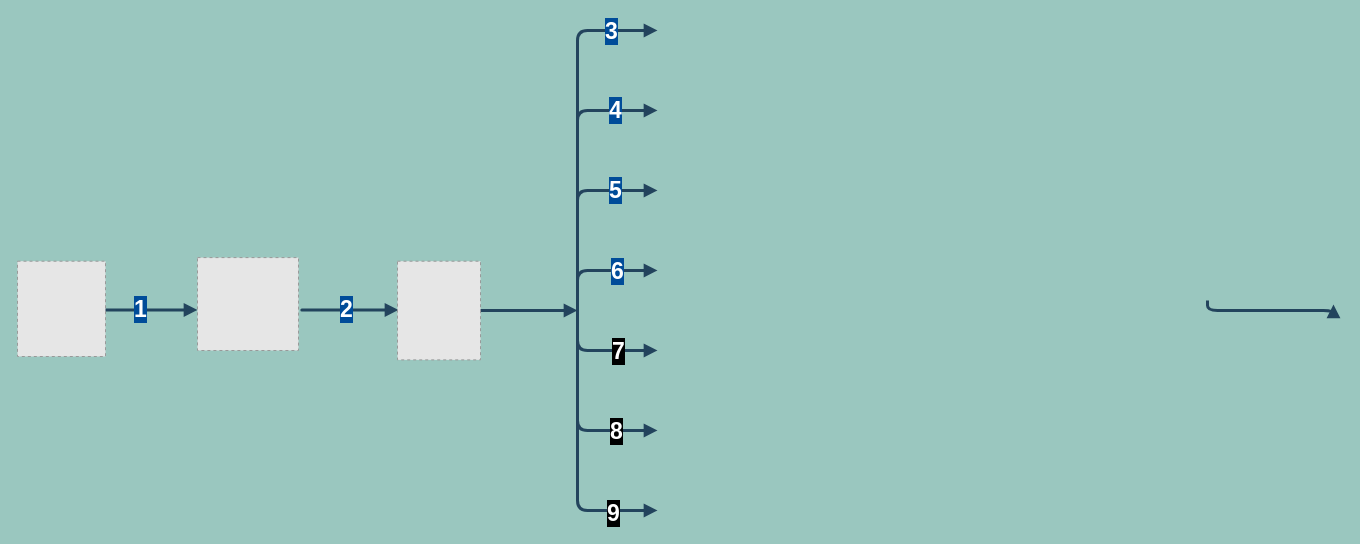
The draw.io diagram page "Page-7" (7 of 7) of Untitled Diagram.drawio in abersh/Devops_Engineer, before the edit. Source tidied: cells renumbered, new cells numbered last; positions are measured from the earlier drawing's top-left corner, leaving out a move shared by most shapes. Both pictures are drawn from the tidied source at 100%, with x=0, y=0 at pixel (-133, 30). Pictures stored in the file or linked from it are replaced by grey dashed boxes.
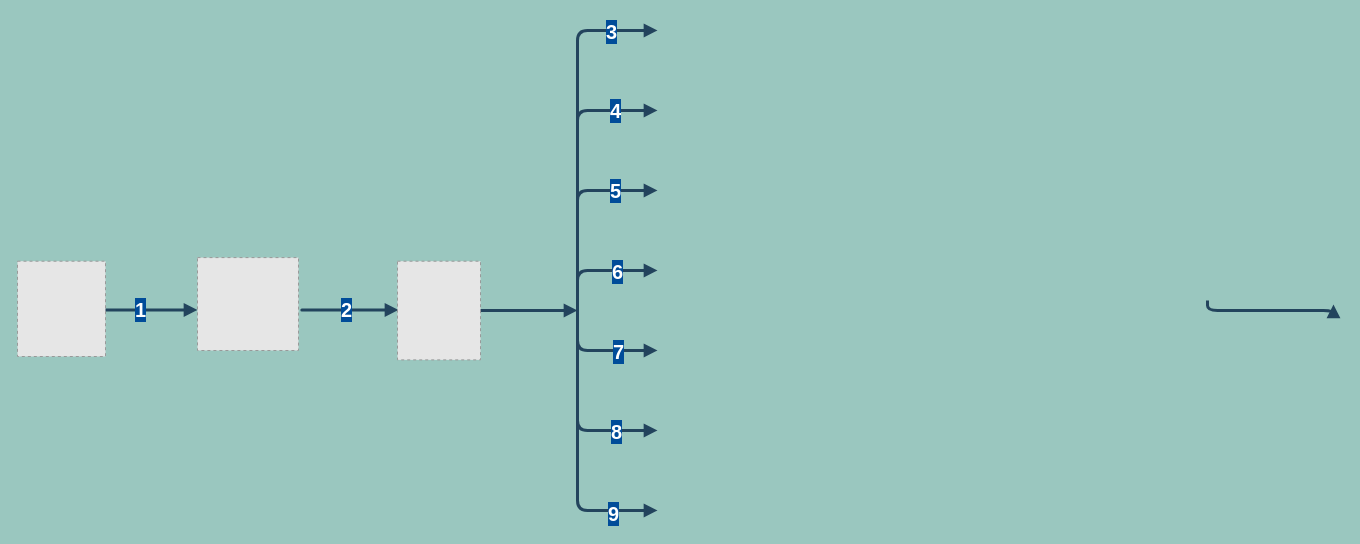
Above is the later version.

The change refers to these unchanged cells:
```xml
<mxCell id="4" style="edgeStyle=elbowEdgeStyle;elbow=vertical;strokeWidth=3;endArrow=block;endFill=1;fontStyle=1;strokeColor=#23445D;" parent="1" edge="1">
  <mxGeometry x="-1123" y="146.5" as="geometry">
    <mxPoint x="710" y="280" as="sourcePoint" />
    <mxPoint x="790" y="160" as="targetPoint" />
    <Array as="points">
      <mxPoint x="678" y="160" />
      <mxPoint x="510" y="281" />
      <mxPoint x="705" y="321" />
      <mxPoint x="665" y="221" />
      <mxPoint x="665" y="211" />
      <mxPoint x="665" y="191" />
      <mxPoint x="635" y="231" />
      <mxPoint x="695" y="211" />
      <mxPoint x="725" y="221" />
      <mxPoint x="635" y="271" />
      <mxPoint x="675" y="311" />
      <mxPoint x="675" y="251" />
      <mxPoint x="725" y="191" />
      <mxPoint x="827" y="456.5" />
    </Array>
  </mxGeometry>
</mxCell>
<mxCell id="6" style="edgeStyle=elbowEdgeStyle;elbow=vertical;strokeWidth=3;endArrow=block;endFill=1;fontStyle=1;strokeColor=#23445D;" parent="1" edge="1">
  <mxGeometry x="-1123" y="226.5" as="geometry">
    <mxPoint x="710" y="280" as="sourcePoint" />
    <mxPoint x="790" y="240" as="targetPoint" />
    <Array as="points">
      <mxPoint x="678" y="240" />
      <mxPoint x="510" y="361" />
      <mxPoint x="705" y="401" />
      <mxPoint x="665" y="301" />
      <mxPoint x="665" y="291" />
      <mxPoint x="665" y="271" />
      <mxPoint x="635" y="311" />
      <mxPoint x="695" y="291" />
      <mxPoint x="725" y="301" />
      <mxPoint x="635" y="351" />
      <mxPoint x="675" y="391" />
      <mxPoint x="675" y="331" />
      <mxPoint x="725" y="271" />
      <mxPoint x="827" y="536.5" />
    </Array>
  </mxGeometry>
</mxCell>
<mxCell id="8" style="edgeStyle=elbowEdgeStyle;elbow=vertical;strokeWidth=3;endArrow=block;endFill=1;fontStyle=1;strokeColor=#23445D;" parent="1" edge="1">
  <mxGeometry x="-1123" y="66.5" as="geometry">
    <mxPoint x="710" y="280" as="sourcePoint" />
    <mxPoint x="790" y="80" as="targetPoint" />
    <Array as="points">
      <mxPoint x="678" y="80" />
      <mxPoint x="510" y="201" />
      <mxPoint x="705" y="241" />
      <mxPoint x="665" y="141" />
      <mxPoint x="665" y="131" />
      <mxPoint x="665" y="111" />
      <mxPoint x="635" y="151" />
      <mxPoint x="695" y="131" />
      <mxPoint x="725" y="141" />
      <mxPoint x="635" y="191" />
      <mxPoint x="675" y="231" />
      <mxPoint x="675" y="171" />
      <mxPoint x="725" y="111" />
      <mxPoint x="827" y="376.5" />
    </Array>
  </mxGeometry>
</mxCell>
<mxCell id="10" style="edgeStyle=elbowEdgeStyle;elbow=vertical;strokeWidth=3;endArrow=block;endFill=1;fontStyle=1;strokeColor=#23445D;" parent="1" edge="1">
  <mxGeometry x="-1123" y="-13.5" as="geometry">
    <mxPoint x="710" y="280" as="sourcePoint" />
    <mxPoint x="790" as="targetPoint" />
    <Array as="points">
      <mxPoint x="678" />
      <mxPoint x="510" y="121" />
      <mxPoint x="705" y="161" />
      <mxPoint x="665" y="61" />
      <mxPoint x="665" y="51" />
      <mxPoint x="665" y="31" />
      <mxPoint x="635" y="71" />
      <mxPoint x="695" y="51" />
      <mxPoint x="725" y="61" />
      <mxPoint x="635" y="111" />
      <mxPoint x="675" y="151" />
      <mxPoint x="675" y="91" />
      <mxPoint x="725" y="31" />
      <mxPoint x="827" y="296.5" />
    </Array>
  </mxGeometry>
</mxCell>
<mxCell id="12" style="edgeStyle=elbowEdgeStyle;elbow=vertical;strokeWidth=3;endArrow=block;endFill=1;fontStyle=1;strokeColor=#23445D;" parent="1" edge="1">
  <mxGeometry x="-1133" y="306.5" as="geometry">
    <mxPoint x="710" y="260" as="sourcePoint" />
    <mxPoint x="790" y="320" as="targetPoint" />
    <Array as="points">
      <mxPoint x="668" y="320" />
      <mxPoint x="500" y="441" />
      <mxPoint x="695" y="481" />
      <mxPoint x="655" y="381" />
      <mxPoint x="655" y="371" />
      <mxPoint x="655" y="351" />
      <mxPoint x="625" y="391" />
      <mxPoint x="685" y="371" />
      <mxPoint x="715" y="381" />
      <mxPoint x="625" y="431" />
      <mxPoint x="665" y="471" />
      <mxPoint x="665" y="411" />
      <mxPoint x="715" y="351" />
      <mxPoint x="817" y="616.5" />
    </Array>
  </mxGeometry>
</mxCell>
<mxCell id="14" style="edgeStyle=elbowEdgeStyle;elbow=vertical;strokeWidth=3;endArrow=block;endFill=1;fontStyle=1;strokeColor=#23445D;" parent="1" edge="1">
  <mxGeometry x="-1133" y="386.5" as="geometry">
    <mxPoint x="710" y="280" as="sourcePoint" />
    <mxPoint x="790" y="400" as="targetPoint" />
    <Array as="points">
      <mxPoint x="668" y="400" />
      <mxPoint x="500" y="521" />
      <mxPoint x="695" y="561" />
      <mxPoint x="655" y="461" />
      <mxPoint x="655" y="451" />
      <mxPoint x="655" y="431" />
      <mxPoint x="625" y="471" />
      <mxPoint x="685" y="451" />
      <mxPoint x="715" y="461" />
      <mxPoint x="625" y="511" />
      <mxPoint x="665" y="551" />
      <mxPoint x="665" y="491" />
      <mxPoint x="715" y="431" />
      <mxPoint x="817" y="696.5" />
    </Array>
  </mxGeometry>
</mxCell>
<mxCell id="16" style="edgeStyle=elbowEdgeStyle;elbow=vertical;strokeWidth=3;endArrow=block;endFill=1;fontStyle=1;strokeColor=#23445D;" parent="1" edge="1">
  <mxGeometry x="-1133" y="466.5" as="geometry">
    <mxPoint x="710" y="280" as="sourcePoint" />
    <mxPoint x="790" y="480" as="targetPoint" />
    <Array as="points">
      <mxPoint x="668" y="480" />
      <mxPoint x="500" y="601" />
      <mxPoint x="695" y="641" />
      <mxPoint x="655" y="541" />
      <mxPoint x="655" y="531" />
      <mxPoint x="655" y="511" />
      <mxPoint x="625" y="551" />
      <mxPoint x="685" y="531" />
      <mxPoint x="715" y="541" />
      <mxPoint x="625" y="591" />
      <mxPoint x="665" y="631" />
      <mxPoint x="665" y="571" />
      <mxPoint x="715" y="511" />
      <mxPoint x="817" y="776.5" />
    </Array>
  </mxGeometry>
</mxCell>
<mxCell id="18" style="edgeStyle=elbowEdgeStyle;elbow=vertical;strokeWidth=3;endArrow=block;endFill=1;fontStyle=1;strokeColor=#23445D;" parent="1" edge="1">
  <mxGeometry x="-1432" y="266" as="geometry">
    <mxPoint x="441" y="279.5" as="sourcePoint" />
    <mxPoint x="531" y="279.5" as="targetPoint" />
    <Array as="points">
      <mxPoint x="431" y="279.5" />
      <mxPoint x="201" y="400.5" />
      <mxPoint x="396" y="440.5" />
      <mxPoint x="356" y="340.5" />
      <mxPoint x="356" y="330.5" />
      <mxPoint x="356" y="310.5" />
      <mxPoint x="326" y="350.5" />
      <mxPoint x="386" y="330.5" />
      <mxPoint x="416" y="340.5" />
      <mxPoint x="326" y="390.5" />
      <mxPoint x="366" y="430.5" />
      <mxPoint x="366" y="370.5" />
      <mxPoint x="416" y="310.5" />
      <mxPoint x="518" y="576" />
    </Array>
  </mxGeometry>
</mxCell>
<mxCell id="20" style="edgeStyle=elbowEdgeStyle;elbow=vertical;strokeWidth=3;endArrow=block;endFill=1;fontStyle=1;strokeColor=#23445D;" parent="1" edge="1">
  <mxGeometry x="-1633" y="266" as="geometry">
    <mxPoint x="240" y="279.5" as="sourcePoint" />
    <mxPoint x="330" y="279.5" as="targetPoint" />
    <Array as="points">
      <mxPoint x="230" y="279.5" />
      <mxPoint y="400.5" />
      <mxPoint x="195" y="440.5" />
      <mxPoint x="155" y="340.5" />
      <mxPoint x="155" y="330.5" />
      <mxPoint x="155" y="310.5" />
      <mxPoint x="125" y="350.5" />
      <mxPoint x="185" y="330.5" />
      <mxPoint x="215" y="340.5" />
      <mxPoint x="125" y="390.5" />
      <mxPoint x="165" y="430.5" />
      <mxPoint x="165" y="370.5" />
      <mxPoint x="215" y="310.5" />
      <mxPoint x="317" y="576" />
    </Array>
  </mxGeometry>
</mxCell>
```

What changed in the source:
```diff
@@
-    <mxCell id="5" value="5" style="edgeLabel;html=1;align=center;verticalAlign=middle;fontSize=23;fontColor=#FFFFFF;labelBackgroundColor=#004C99;fontStyle=1;" parent="4" vertex="1">
+    <mxCell id="5" value="5" style="edgeLabel;html=1;align=center;verticalAlign=middle;fontSize=20;fontColor=#FFFFFF;labelBackgroundColor=#004C99;fontStyle=1;" parent="4" vertex="1">
       <mxGeometry relative="1" as="geometry">
         <mxPoint x="37" y="-21" as="offset" />
       </mxGeometry>
     </mxCell>
@@
-    <mxCell id="7" value="6" style="edgeLabel;html=1;align=center;verticalAlign=middle;fontSize=23;fontColor=#FFFFFF;labelBackgroundColor=#004C99;fontStyle=1;" parent="6" vertex="1">
+    <mxCell id="7" value="6" style="edgeLabel;html=1;align=center;verticalAlign=middle;fontSize=20;fontColor=#FFFFFF;labelBackgroundColor=#004C99;fontStyle=1;" parent="6" vertex="1">
       <mxGeometry relative="1" as="geometry">
         <mxPoint x="19" as="offset" />
       </mxGeometry>
     </mxCell>
@@
-    <mxCell id="9" value="4" style="edgeLabel;html=1;align=center;verticalAlign=middle;fontSize=23;fontColor=#FFFFFF;labelBackgroundColor=#004C99;fontStyle=1;" parent="8" vertex="1">
+    <mxCell id="9" value="4" style="edgeLabel;html=1;align=center;verticalAlign=middle;fontSize=20;fontColor=#FFFFFF;labelBackgroundColor=#004C99;fontStyle=1;" parent="8" vertex="1">
       <mxGeometry relative="1" as="geometry">
         <mxPoint x="37" y="-61" as="offset" />
       </mxGeometry>
     </mxCell>
@@
-    <mxCell id="11" value="&lt;b&gt;3&lt;/b&gt;" style="edgeLabel;html=1;align=center;verticalAlign=middle;fontSize=23;fontColor=#FFFFFF;labelBackgroundColor=#004C99;" parent="10" vertex="1">
+    <mxCell id="11" value="&lt;b style=&quot;font-size: 20px;&quot;&gt;3&lt;/b&gt;" style="edgeLabel;html=1;align=center;verticalAlign=middle;fontSize=20;fontColor=#FFFFFF;labelBackgroundColor=#004C99;" parent="10" vertex="1">
       <mxGeometry relative="1" as="geometry">
         <mxPoint x="33" y="-100" as="offset" />
       </mxGeometry>
     </mxCell>
@@
-    <mxCell id="13" value="7" style="edgeLabel;html=1;align=center;verticalAlign=middle;fontSize=23;fontColor=#FFFFFF;labelBackgroundColor=#000000;fontStyle=1;" parent="12" vertex="1">
+    <mxCell id="13" value="7" style="edgeLabel;html=1;align=center;verticalAlign=middle;fontSize=20;fontColor=#FFFFFF;labelBackgroundColor=#004C99;fontStyle=1;" parent="12" vertex="1">
       <mxGeometry relative="1" as="geometry">
         <mxPoint x="30" as="offset" />
       </mxGeometry>
     </mxCell>
@@
-    <mxCell id="15" value="&lt;b&gt;8&lt;/b&gt;" style="edgeLabel;html=1;align=center;verticalAlign=middle;fontSize=23;fontColor=#FFFFFF;labelBackgroundColor=#000000;" parent="14" vertex="1">
+    <mxCell id="15" value="&lt;b style=&quot;font-size: 20px;&quot;&gt;8&lt;/b&gt;" style="edgeLabel;html=1;align=center;verticalAlign=middle;fontSize=20;fontColor=#FFFFFF;labelBackgroundColor=#004C99;" parent="14" vertex="1">
       <mxGeometry relative="1" as="geometry">
         <mxPoint x="38" y="20" as="offset" />
       </mxGeometry>
     </mxCell>
@@
-    <mxCell id="17" value="9" style="edgeLabel;html=1;align=center;verticalAlign=middle;fontSize=23;fontColor=#FFFFFF;labelBackgroundColor=#000000;fontStyle=1;" parent="16" vertex="1">
+    <mxCell id="17" value="9" style="edgeLabel;html=1;align=center;verticalAlign=middle;fontSize=20;fontColor=#FFFFFF;labelBackgroundColor=#004C99;fontStyle=1;" parent="16" vertex="1">
       <mxGeometry relative="1" as="geometry">
         <mxPoint x="35" y="62" as="offset" />
       </mxGeometry>
     </mxCell>
@@
-    <mxCell id="19" value="2" style="edgeLabel;html=1;align=center;verticalAlign=middle;fontSize=23;fontColor=#FFFFFF;labelBackgroundColor=#004C99;fontStyle=1;" parent="18" vertex="1">
+    <mxCell id="19" value="2" style="edgeLabel;html=1;align=center;verticalAlign=middle;fontSize=20;fontColor=#FFFFFF;labelBackgroundColor=#004C99;fontStyle=1;" parent="18" vertex="1">
       <mxGeometry relative="1" as="geometry">
         <mxPoint x="2" y="-1" as="offset" />
       </mxGeometry>
     </mxCell>
@@
-    <mxCell id="21" value="1" style="edgeLabel;html=1;align=center;verticalAlign=middle;labelBackgroundColor=#004C99;fontColor=#FFFFFF;fontSize=23;fontStyle=1;" parent="20" vertex="1">
+    <mxCell id="21" value="1" style="edgeLabel;html=1;align=center;verticalAlign=middle;labelBackgroundColor=#004C99;fontColor=#FFFFFF;fontSize=20;fontStyle=1;" parent="20" vertex="1">
       <mxGeometry relative="1" as="geometry">
         <mxPoint x="-3" y="-1" as="offset" />
       </mxGeometry>
     </mxCell>
```
